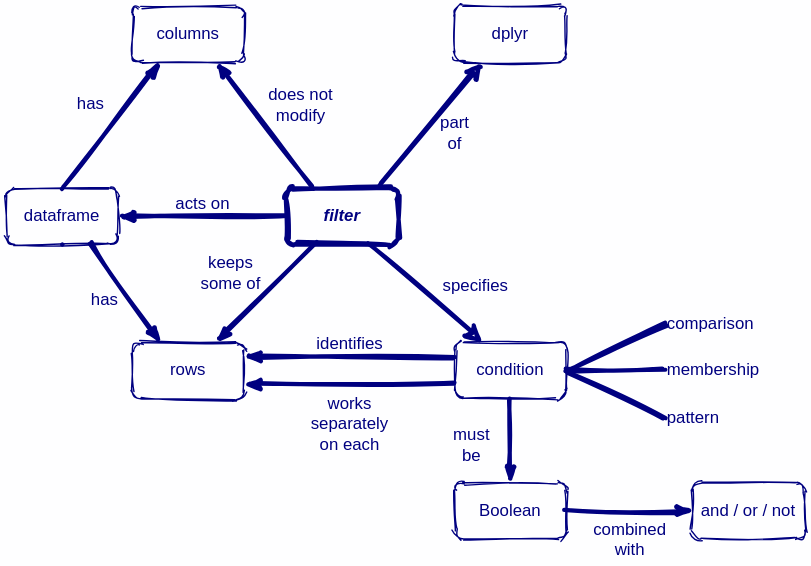
rstudio/concept-maps keeps this draw.io diagram as en/filter.svg. Above is the earlier version. Source tidied: cells renumbered, new cells last; positions are measured from the earlier drawing's top-left corner, leaving out a move shared by most shapes.
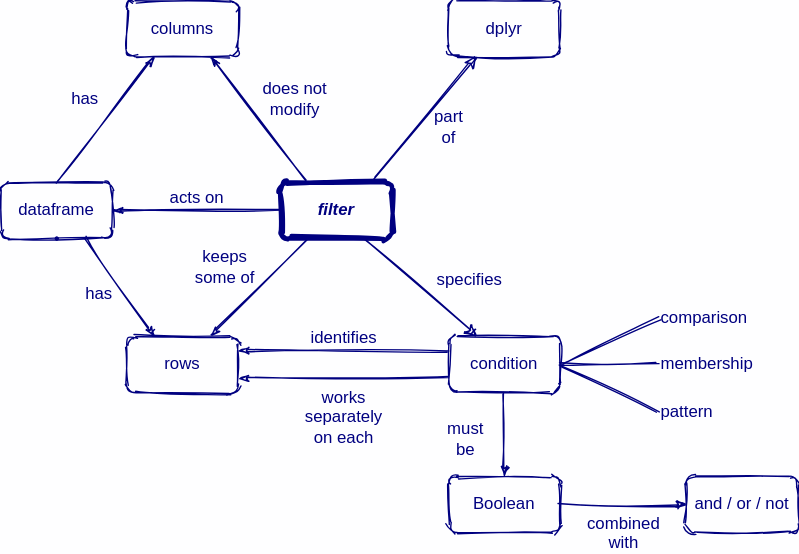
After the change.

Diff of the diagram source:
```diff
@@ -2,24 +2,24 @@
   <root>
     <mxCell id="0" />
     <mxCell id="1" parent="0" />
-    <mxCell id="2" value="acts on" style="edgeStyle=none;rounded=1;html=1;labelBackgroundColor=none;startArrow=none;startFill=0;startSize=5;endArrow=classicThin;endFill=1;endSize=5;jettySize=auto;strokeWidth=3;fontFamily=Helvetica;fontSize=12;exitX=0;exitY=0.5;exitDx=0;exitDy=0;entryX=1;entryY=0.5;entryDx=0;entryDy=0;verticalAlign=bottom;sketch=1;strokeColor=#000080;fontColor=#000080;" parent="1" edge="1" source="13" target="8">
+    <mxCell id="2" value="acts on" style="edgeStyle=none;rounded=1;html=1;labelBackgroundColor=none;startArrow=none;startFill=0;startSize=5;endArrow=classicThin;endFill=1;endSize=5;jettySize=auto;strokeWidth=1;fontFamily=Helvetica;fontSize=12;exitX=0;exitY=0.5;exitDx=0;exitDy=0;entryX=1;entryY=0.5;entryDx=0;entryDy=0;verticalAlign=bottom;sketch=1;strokeColor=#000080;fontColor=#000080;" parent="1" edge="1" source="13" target="8">
       <mxGeometry relative="1" as="geometry" />
     </mxCell>
-    <mxCell id="3" value="has" style="edgeStyle=none;rounded=1;html=1;labelBackgroundColor=none;startArrow=none;startFill=0;startSize=5;endArrow=classicThin;endFill=1;endSize=5;jettySize=auto;strokeWidth=3;fontFamily=Helvetica;fontSize=12;exitX=0.75;exitY=1;exitDx=0;exitDy=0;entryX=0.25;entryY=0;entryDx=0;entryDy=0;verticalAlign=middle;sketch=1;strokeColor=#000080;fontColor=#000080;" parent="1" edge="1" source="8" target="10">
+    <mxCell id="3" value="has" style="edgeStyle=none;rounded=1;html=1;labelBackgroundColor=none;startArrow=none;startFill=0;startSize=5;endArrow=classicThin;endFill=1;endSize=5;jettySize=auto;strokeWidth=1;fontFamily=Helvetica;fontSize=12;exitX=0.75;exitY=1;exitDx=0;exitDy=0;entryX=0.25;entryY=0;entryDx=0;entryDy=0;verticalAlign=middle;sketch=1;strokeColor=#000080;fontColor=#000080;" parent="1" edge="1" source="8" target="10">
       <mxGeometry x="-0.11" y="-15" relative="1" as="geometry" />
     </mxCell>
-    <mxCell id="4" value="keeps&lt;br style=&quot;font-size: 12px;&quot;&gt;some of" style="edgeStyle=none;rounded=1;html=1;labelBackgroundColor=none;startArrow=none;startFill=0;startSize=5;endArrow=classicThin;endFill=1;endSize=5;jettySize=auto;strokeWidth=3;fontFamily=Helvetica;fontSize=12;exitX=0.25;exitY=1;exitDx=0;exitDy=0;entryX=0.75;entryY=0;entryDx=0;entryDy=0;verticalAlign=middle;sketch=1;strokeColor=#000080;fontColor=#000080;" parent="1" edge="1" source="13" target="10">
+    <mxCell id="4" value="keeps&lt;br style=&quot;font-size: 12px;&quot;&gt;some of" style="edgeStyle=none;rounded=1;html=1;labelBackgroundColor=none;startArrow=none;startFill=0;startSize=5;endArrow=classicThin;endFill=1;endSize=5;jettySize=auto;strokeWidth=1;fontFamily=Helvetica;fontSize=12;exitX=0.25;exitY=1;exitDx=0;exitDy=0;entryX=0.75;entryY=0;entryDx=0;entryDy=0;verticalAlign=middle;sketch=1;strokeColor=#000080;fontColor=#000080;" parent="1" edge="1" source="13" target="10">
       <mxGeometry x="0.14" y="-28" relative="1" as="geometry">
         <mxPoint y="-1" as="offset" />
       </mxGeometry>
     </mxCell>
-    <mxCell id="5" value="identifies" style="edgeStyle=none;rounded=1;html=1;labelBackgroundColor=none;startArrow=none;startFill=0;startSize=5;endArrow=classicThin;endFill=1;endSize=5;jettySize=auto;strokeWidth=3;fontFamily=Helvetica;fontSize=12;exitX=0;exitY=0.25;exitDx=0;exitDy=0;entryX=1;entryY=0.25;entryDx=0;entryDy=0;verticalAlign=bottom;sketch=1;strokeColor=#000080;fontColor=#000080;" parent="1" edge="1" source="22" target="10">
+    <mxCell id="5" value="identifies" style="edgeStyle=none;rounded=1;html=1;labelBackgroundColor=none;startArrow=none;startFill=0;startSize=5;endArrow=classicThin;endFill=1;endSize=5;jettySize=auto;strokeWidth=1;fontFamily=Helvetica;fontSize=12;exitX=0;exitY=0.25;exitDx=0;exitDy=0;entryX=1;entryY=0.25;entryDx=0;entryDy=0;verticalAlign=bottom;sketch=1;strokeColor=#000080;fontColor=#000080;" parent="1" edge="1" source="22" target="10">
       <mxGeometry relative="1" as="geometry" />
     </mxCell>
-    <mxCell id="6" value="has" style="edgeStyle=none;rounded=1;html=1;labelBackgroundColor=none;startArrow=none;startFill=0;startSize=5;endArrow=classicThin;endFill=1;endSize=5;jettySize=auto;strokeWidth=3;fontFamily=Helvetica;fontSize=12;exitX=0.5;exitY=0;exitDx=0;exitDy=0;entryX=0.25;entryY=1;entryDx=0;entryDy=0;verticalAlign=middle;sketch=1;strokeColor=#000080;fontColor=#000080;" parent="1" edge="1" source="8" target="11">
+    <mxCell id="6" value="has" style="edgeStyle=none;rounded=1;html=1;labelBackgroundColor=none;startArrow=none;startFill=0;startSize=5;endArrow=classicThin;endFill=1;endSize=5;jettySize=auto;strokeWidth=1;fontFamily=Helvetica;fontSize=12;exitX=0.5;exitY=0;exitDx=0;exitDy=0;entryX=0.25;entryY=1;entryDx=0;entryDy=0;verticalAlign=middle;sketch=1;strokeColor=#000080;fontColor=#000080;" parent="1" edge="1" source="8" target="11">
       <mxGeometry x="0.05" y="21" relative="1" as="geometry" />
     </mxCell>
-    <mxCell id="7" value="does not&lt;br style=&quot;font-size: 12px;&quot;&gt;modify" style="edgeStyle=none;rounded=1;html=1;labelBackgroundColor=none;startArrow=none;startFill=0;startSize=5;endArrow=classicThin;endFill=1;endSize=5;jettySize=auto;strokeWidth=3;fontFamily=Helvetica;fontSize=12;exitX=0.25;exitY=0;exitDx=0;exitDy=0;entryX=0.75;entryY=1;entryDx=0;entryDy=0;verticalAlign=middle;sketch=1;strokeColor=#000080;fontColor=#000080;" parent="1" edge="1" source="13" target="11">
+    <mxCell id="7" value="does not&lt;br style=&quot;font-size: 12px;&quot;&gt;modify" style="edgeStyle=none;rounded=1;html=1;labelBackgroundColor=none;startArrow=none;startFill=0;startSize=5;endArrow=classicThin;endFill=1;endSize=5;jettySize=auto;strokeWidth=1;fontFamily=Helvetica;fontSize=12;exitX=0.25;exitY=0;exitDx=0;exitDy=0;entryX=0.75;entryY=1;entryDx=0;entryDy=0;verticalAlign=middle;sketch=1;strokeColor=#000080;fontColor=#000080;" parent="1" edge="1" source="13" target="11">
       <mxGeometry x="-0.06" y="-29" relative="1" as="geometry" />
     </mxCell>
     <mxCell id="8" value="dataframe" style="rounded=1;whiteSpace=wrap;html=1;fontSize=12;fontFamily=Helvetica;fillColor=none;labelBackgroundColor=none;sketch=1;strokeColor=#000080;fontColor=#000080;" parent="1" vertex="1">
@@ -34,7 +34,7 @@
     <mxCell id="11" value="columns" style="rounded=1;whiteSpace=wrap;html=1;fontSize=12;fontFamily=Helvetica;fillColor=none;labelBackgroundColor=none;sketch=1;strokeColor=#000080;fontColor=#000080;" parent="1" vertex="1">
       <mxGeometry x="90" width="80" height="40" as="geometry" />
     </mxCell>
-    <mxCell id="12" value="specifies" style="endArrow=classic;html=1;strokeWidth=3;entryX=0.25;entryY=0;entryDx=0;entryDy=0;exitX=0.75;exitY=1;exitDx=0;exitDy=0;verticalAlign=middle;fontSize=12;labelBackgroundColor=none;fontFamily=Helvetica;align=left;sketch=1;strokeColor=#000080;fontColor=#000080;" parent="1" edge="1" source="13" target="22">
+    <mxCell id="12" value="specifies" style="endArrow=classic;html=1;strokeWidth=1;entryX=0.25;entryY=0;entryDx=0;entryDy=0;exitX=0.75;exitY=1;exitDx=0;exitDy=0;verticalAlign=middle;fontSize=12;labelBackgroundColor=none;fontFamily=Helvetica;align=left;sketch=1;strokeColor=#000080;fontColor=#000080;" parent="1" edge="1" source="13" target="22">
       <mxGeometry x="0.08" y="10" relative="1" as="geometry">
         <mxPoint x="1" as="offset" />
       </mxGeometry>
@@ -45,7 +45,7 @@
     <mxCell id="14" value="dplyr" style="rounded=1;whiteSpace=wrap;html=1;fontSize=12;fontFamily=Helvetica;fillColor=none;labelBackgroundColor=none;sketch=1;strokeColor=#000080;fontColor=#000080;" parent="1" vertex="1">
       <mxGeometry x="320" width="80" height="40" as="geometry" />
     </mxCell>
-    <mxCell id="15" value="part&lt;br style=&quot;font-size: 12px;&quot;&gt;of" style="endArrow=classic;html=1;strokeWidth=3;entryX=0.25;entryY=1;entryDx=0;entryDy=0;exitX=0.838;exitY=-0.05;exitDx=0;exitDy=0;verticalAlign=middle;fontSize=12;labelBackgroundColor=none;exitPerimeter=0;fontFamily=Helvetica;sketch=1;strokeColor=#000080;fontColor=#000080;" parent="1" edge="1" source="13" target="14">
+    <mxCell id="15" value="part&lt;br style=&quot;font-size: 12px;&quot;&gt;of" style="endArrow=classic;html=1;strokeWidth=1;entryX=0.25;entryY=1;entryDx=0;entryDy=0;exitX=0.838;exitY=-0.05;exitDx=0;exitDy=0;verticalAlign=middle;fontSize=12;labelBackgroundColor=none;exitPerimeter=0;fontFamily=Helvetica;sketch=1;strokeColor=#000080;fontColor=#000080;" parent="1" edge="1" source="13" target="14">
       <mxGeometry x="0.1" y="-17" relative="1" as="geometry" />
     </mxCell>
     <mxCell id="16" value="comparison" style="text;html=1;fillColor=none;align=left;verticalAlign=middle;whiteSpace=wrap;rounded=0;fontSize=12;fontFamily=Helvetica;labelBackgroundColor=none;sketch=1;fontColor=#000080;" parent="1" vertex="1">
@@ -57,24 +57,24 @@
     <mxCell id="18" value="pattern" style="text;html=1;fillColor=none;align=left;verticalAlign=middle;whiteSpace=wrap;rounded=0;fontSize=12;fontFamily=Helvetica;labelBackgroundColor=none;sketch=1;fontColor=#000080;" parent="1" vertex="1">
       <mxGeometry x="470" y="283.5" width="60" height="20" as="geometry" />
     </mxCell>
-    <mxCell id="19" style="endArrow=none;html=1;labelBackgroundColor=none;strokeWidth=3;fontSize=12;exitX=1;exitY=0.5;exitDx=0;exitDy=0;entryX=0;entryY=0.5;entryDx=0;entryDy=0;fontFamily=Helvetica;sketch=1;strokeColor=#000080;fontColor=#000080;" parent="1" edge="1" source="22" target="16">
+    <mxCell id="19" style="endArrow=none;html=1;labelBackgroundColor=none;strokeWidth=1;fontSize=12;exitX=1;exitY=0.5;exitDx=0;exitDy=0;entryX=0;entryY=0.5;entryDx=0;entryDy=0;fontFamily=Helvetica;sketch=1;strokeColor=#000080;fontColor=#000080;" parent="1" edge="1" source="22" target="16">
       <mxGeometry relative="1" as="geometry" />
     </mxCell>
-    <mxCell id="20" style="endArrow=none;html=1;labelBackgroundColor=none;strokeWidth=3;fontSize=12;entryX=0;entryY=0.5;entryDx=0;entryDy=0;exitX=1;exitY=0.5;exitDx=0;exitDy=0;fontFamily=Helvetica;sketch=1;strokeColor=#000080;fontColor=#000080;" parent="1" edge="1" source="22" target="17">
+    <mxCell id="20" style="endArrow=none;html=1;labelBackgroundColor=none;strokeWidth=1;fontSize=12;entryX=0;entryY=0.5;entryDx=0;entryDy=0;exitX=1;exitY=0.5;exitDx=0;exitDy=0;fontFamily=Helvetica;sketch=1;strokeColor=#000080;fontColor=#000080;" parent="1" edge="1" source="22" target="17">
       <mxGeometry relative="1" as="geometry" />
     </mxCell>
-    <mxCell id="21" style="endArrow=none;html=1;labelBackgroundColor=none;strokeWidth=3;fontSize=12;entryX=0;entryY=0.5;entryDx=0;entryDy=0;fontFamily=Helvetica;sketch=1;strokeColor=#000080;fontColor=#000080;" parent="1" edge="1" target="18">
-      <mxGeometry relative="1" as="geometry">
-        <mxPoint x="400" y="260" as="sourcePoint" />
-      </mxGeometry>
-    </mxCell>
+    <mxCell id="28" style="endArrow=none;html=1;labelBackgroundColor=none;strokeWidth=1;fontSize=12;entryX=0;entryY=0.5;entryDx=0;entryDy=0;fontFamily=Helvetica;sketch=1;strokeColor=#000080;fontColor=#000080;" parent="1" edge="1" target="18">
+      <mxGeometry relative="1" as="geometry">
+        <mxPoint x="400" y="260" as="sourcePoint" />
+      </mxGeometry>
+    </mxCell>
     <mxCell id="22" value="condition" style="rounded=1;whiteSpace=wrap;html=1;fontSize=12;fontFamily=Helvetica;fillColor=none;labelBackgroundColor=none;sketch=1;strokeColor=#000080;fontColor=#000080;" parent="1" vertex="1">
       <mxGeometry x="320" y="240" width="80" height="40" as="geometry" />
     </mxCell>
     <mxCell id="23" value="Boolean" style="rounded=1;whiteSpace=wrap;html=1;fontSize=12;fontFamily=Helvetica;fillColor=none;labelBackgroundColor=none;sketch=1;strokeColor=#000080;fontColor=#000080;" parent="1" vertex="1">
       <mxGeometry x="320" y="340" width="80" height="40" as="geometry" />
     </mxCell>
-    <mxCell id="24" value="must&lt;br&gt;be" style="edgeStyle=none;rounded=1;html=1;labelBackgroundColor=none;startArrow=none;startFill=0;startSize=5;endArrow=classicThin;endFill=1;endSize=5;jettySize=auto;strokeWidth=3;fontFamily=Helvetica;fontSize=12;exitX=0.5;exitY=1;exitDx=0;exitDy=0;entryX=0.5;entryY=0;entryDx=0;entryDy=0;verticalAlign=middle;sketch=1;strokeColor=#000080;fontColor=#000080;" parent="1" edge="1" source="22" target="23">
+    <mxCell id="24" value="must&lt;br&gt;be" style="edgeStyle=none;rounded=1;html=1;labelBackgroundColor=none;startArrow=none;startFill=0;startSize=5;endArrow=classicThin;endFill=1;endSize=5;jettySize=auto;strokeWidth=1;fontFamily=Helvetica;fontSize=12;exitX=0.5;exitY=1;exitDx=0;exitDy=0;entryX=0.5;entryY=0;entryDx=0;entryDy=0;verticalAlign=middle;sketch=1;strokeColor=#000080;fontColor=#000080;" parent="1" edge="1" source="22" target="23">
       <mxGeometry x="0.14" y="-28" relative="1" as="geometry">
         <mxPoint y="-1" as="offset" />
       </mxGeometry>
@@ -82,10 +82,10 @@
     <mxCell id="25" value="and / or / not" style="rounded=1;whiteSpace=wrap;html=1;fontSize=12;fontFamily=Helvetica;fillColor=none;labelBackgroundColor=none;sketch=1;strokeColor=#000080;fontColor=#000080;" parent="1" vertex="1">
       <mxGeometry x="490" y="340" width="80" height="40" as="geometry" />
     </mxCell>
-    <mxCell id="26" value="combined&lt;br&gt;with" style="edgeStyle=none;rounded=1;html=1;labelBackgroundColor=none;startArrow=none;startFill=0;startSize=5;endArrow=classicThin;endFill=1;endSize=5;jettySize=auto;strokeWidth=3;fontFamily=Helvetica;fontSize=12;verticalAlign=top;entryX=0;entryY=0.5;entryDx=0;entryDy=0;exitX=1;exitY=0.5;exitDx=0;exitDy=0;sketch=1;strokeColor=#000080;fontColor=#000080;" parent="1" edge="1" source="23" target="25">
+    <mxCell id="26" value="combined&lt;br&gt;with" style="edgeStyle=none;rounded=1;html=1;labelBackgroundColor=none;startArrow=none;startFill=0;startSize=5;endArrow=classicThin;endFill=1;endSize=5;jettySize=auto;strokeWidth=1;fontFamily=Helvetica;fontSize=12;verticalAlign=top;entryX=0;entryY=0.5;entryDx=0;entryDy=0;exitX=1;exitY=0.5;exitDx=0;exitDy=0;sketch=1;strokeColor=#000080;fontColor=#000080;" parent="1" edge="1" source="23" target="25">
       <mxGeometry relative="1" as="geometry" />
     </mxCell>
-    <mxCell id="27" value="works&lt;br&gt;separately&lt;br&gt;on each" style="edgeStyle=none;rounded=1;html=1;labelBackgroundColor=none;startArrow=none;startFill=0;startSize=5;endArrow=classicThin;endFill=1;endSize=5;jettySize=auto;strokeWidth=3;fontFamily=Helvetica;fontSize=12;exitX=0;exitY=0.75;exitDx=0;exitDy=0;entryX=1;entryY=0.75;entryDx=0;entryDy=0;verticalAlign=top;sketch=1;strokeColor=#000080;fontColor=#000080;" parent="1" edge="1" source="22" target="10">
+    <mxCell id="27" value="works&lt;br&gt;separately&lt;br&gt;on each" style="edgeStyle=none;rounded=1;html=1;labelBackgroundColor=none;startArrow=none;startFill=0;startSize=5;endArrow=classicThin;endFill=1;endSize=5;jettySize=auto;strokeWidth=1;fontFamily=Helvetica;fontSize=12;exitX=0;exitY=0.75;exitDx=0;exitDy=0;entryX=1;entryY=0.75;entryDx=0;entryDy=0;verticalAlign=top;sketch=1;strokeColor=#000080;fontColor=#000080;" parent="1" edge="1" source="22" target="10">
       <mxGeometry relative="1" as="geometry" />
     </mxCell>
   </root>
```
